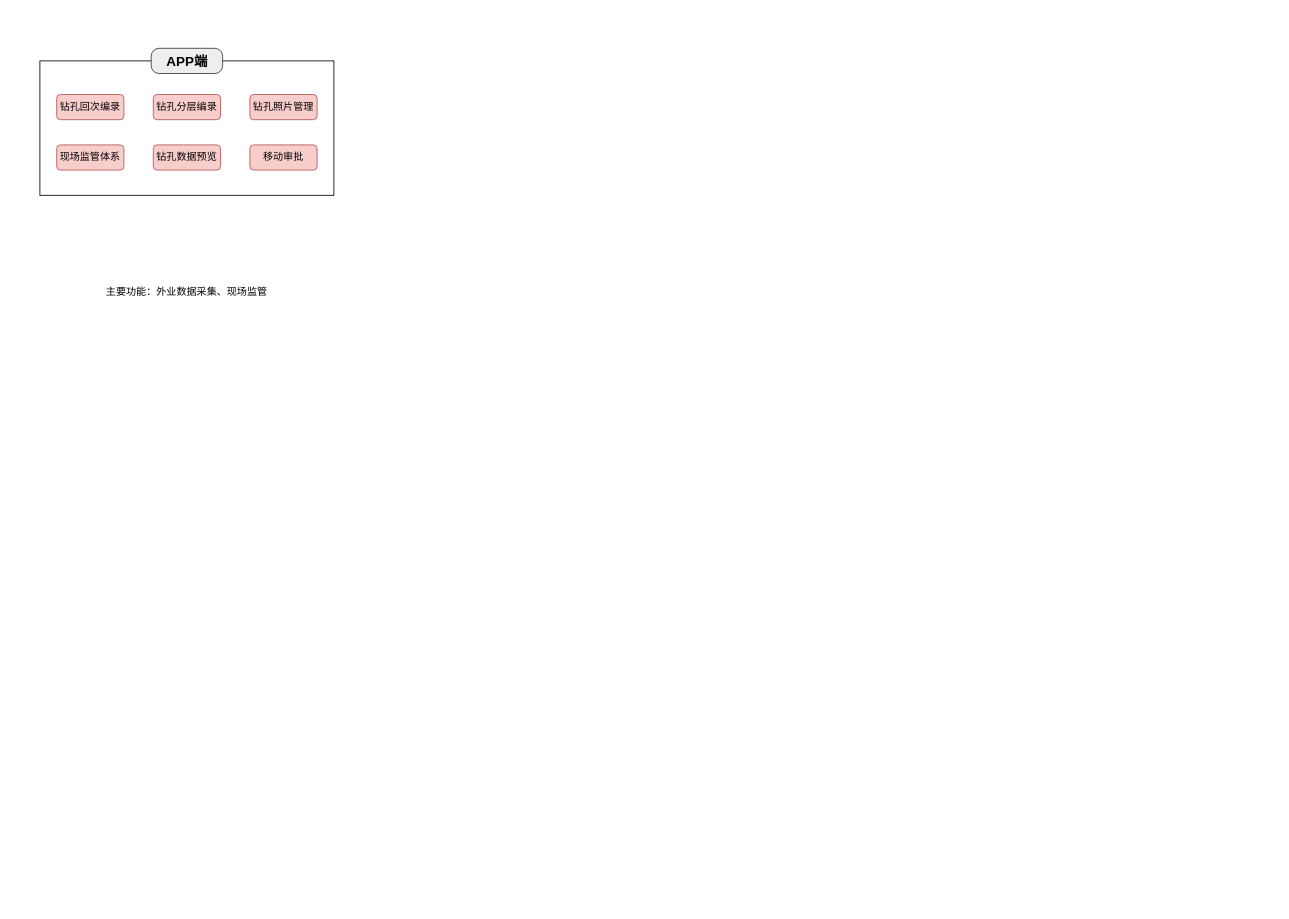
Before: 勘察课题技术路线.drawio in JiaYF1/my_draw_io, a draw.io diagram. Source tidied: cells renumbered, new cells numbered last; positions are measured from the earlier drawing's top-left corner, leaving out a move shared by most shapes. Both pictures are drawn from the tidied source at 84%, with x=0, y=0 at pixel (39, 48).
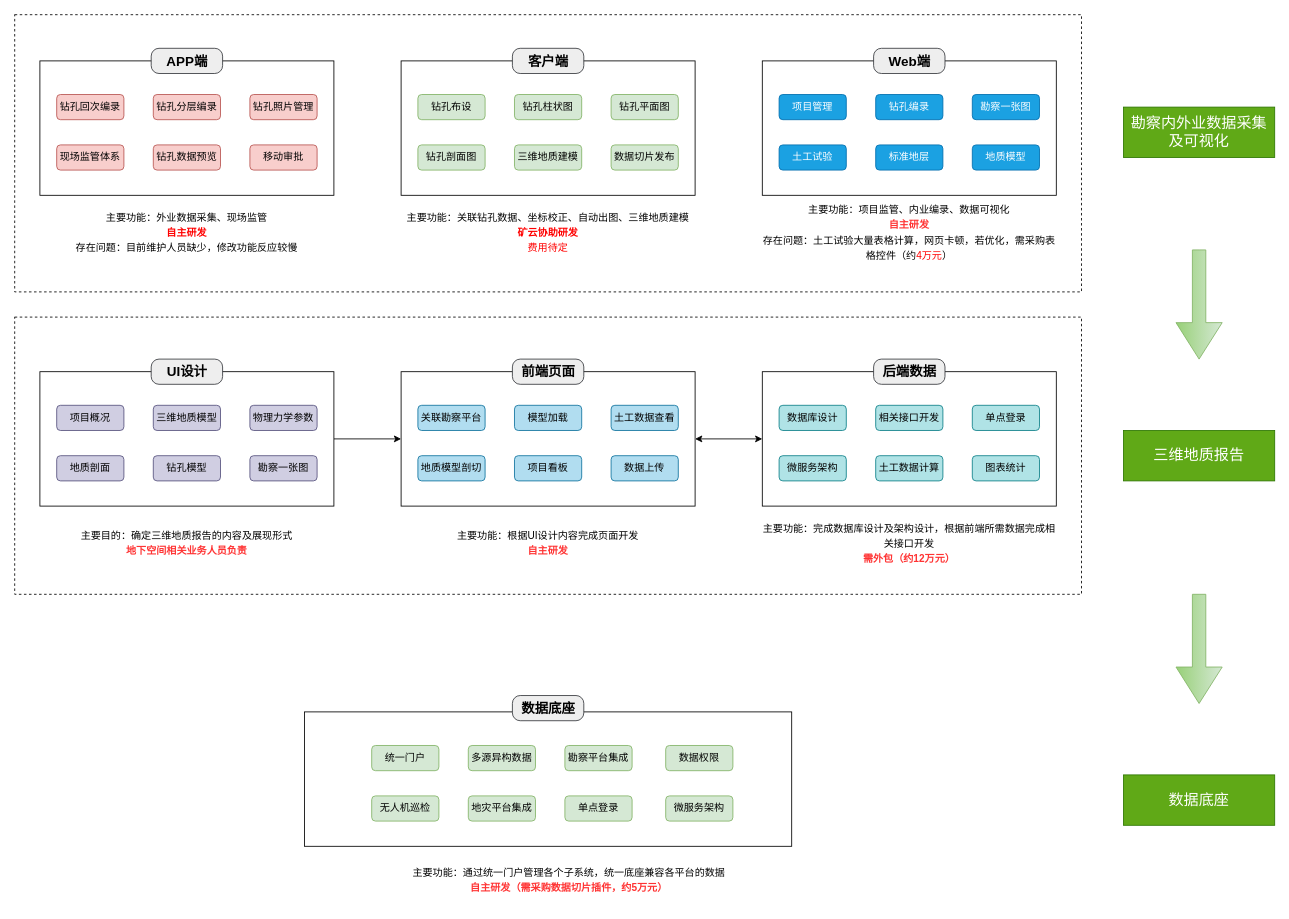
The same page after the edit.

Commit message:
更新勘察课题技术路线.drawio

Diff of the diagram source:
```diff
@@
+    <mxCell id="11" style="rounded=0;whiteSpace=wrap;html=1;fillColor=none;dashed=1;" parent="1" vertex="1">
+      <mxGeometry x="-30" y="320" width="1270" height="330" as="geometry" />
+    </mxCell>
+    <mxCell id="12" style="rounded=0;whiteSpace=wrap;html=1;fillColor=none;dashed=1;" parent="1" vertex="1">
+      <mxGeometry x="-30" y="-40" width="1270" height="330" as="geometry" />
+    </mxCell>
@@
-    <mxCell id="10" value="主要功能：外业数据采集、现场监管" style="text;html=1;whiteSpace=wrap;strokeColor=none;fillColor=none;align=center;verticalAlign=middle;rounded=0;" parent="1" vertex="1">
-      <mxGeometry y="205" width="350" height="170" as="geometry" />
+    <mxCell id="10" value="&lt;div style=&quot;line-height: 150%;&quot;&gt;主要功能：外业数据采集、现场监管&lt;div&gt;&lt;font style=&quot;color: rgb(255, 0, 0);&quot;&gt;&lt;b&gt;自主研发&lt;/b&gt;&lt;/font&gt;&lt;/div&gt;&lt;div&gt;&lt;font style=&quot;color: rgb(0, 0, 0);&quot;&gt;存在问题：目前维护人员缺少，修改功能反应较慢&lt;/font&gt;&lt;/div&gt;&lt;/div&gt;" style="text;html=1;whiteSpace=wrap;strokeColor=none;fillColor=none;align=center;verticalAlign=middle;rounded=0;" parent="1" vertex="1">
+      <mxGeometry y="189" width="350" height="60" as="geometry" />
     </mxCell>
+    <mxCell id="13" style="rounded=0;whiteSpace=wrap;html=1;" parent="1" vertex="1">
+      <mxGeometry x="430" y="15" width="350" height="160" as="geometry" />
+    </mxCell>
+    <mxCell id="14" value="&lt;font style=&quot;font-size: 16px;&quot;&gt;客户端&lt;/font&gt;" style="rounded=1;whiteSpace=wrap;html=1;fontStyle=1;fillColor=#eeeeee;strokeColor=#36393d;arcSize=31;" parent="1" vertex="1">
+      <mxGeometry x="562.5" width="85" height="30" as="geometry" />
+    </mxCell>
+    <mxCell id="15" value="钻孔布设" style="rounded=1;whiteSpace=wrap;html=1;fillColor=#d5e8d4;strokeColor=#82b366;" parent="1" vertex="1">
+      <mxGeometry x="450" y="55" width="80" height="30" as="geometry" />
+    </mxCell>
+    <mxCell id="16" value="钻孔柱状图" style="rounded=1;whiteSpace=wrap;html=1;fillColor=#d5e8d4;strokeColor=#82b366;" parent="1" vertex="1">
+      <mxGeometry x="565" y="55" width="80" height="30" as="geometry" />
+    </mxCell>
+    <mxCell id="17" value="钻孔平面图" style="rounded=1;whiteSpace=wrap;html=1;fillColor=#d5e8d4;strokeColor=#82b366;" parent="1" vertex="1">
+      <mxGeometry x="680" y="55" width="80" height="30" as="geometry" />
+    </mxCell>
+    <mxCell id="18" value="钻孔剖面图" style="rounded=1;whiteSpace=wrap;html=1;fillColor=#d5e8d4;strokeColor=#82b366;" parent="1" vertex="1">
+      <mxGeometry x="450" y="115" width="80" height="30" as="geometry" />
+    </mxCell>
+    <mxCell id="19" value="三维地质建模" style="rounded=1;whiteSpace=wrap;html=1;fillColor=#d5e8d4;strokeColor=#82b366;" parent="1" vertex="1">
+      <mxGeometry x="565" y="115" width="80" height="30" as="geometry" />
+    </mxCell>
+    <mxCell id="20" value="数据切片发布" style="rounded=1;whiteSpace=wrap;html=1;fillColor=#d5e8d4;strokeColor=#82b366;" parent="1" vertex="1">
+      <mxGeometry x="680" y="115" width="80" height="30" as="geometry" />
+    </mxCell>
+    <mxCell id="21" value="&lt;div style=&quot;line-height: 150%;&quot;&gt;主要功能：关联钻孔数据、坐标校正、自动出图、三维地质建模&lt;div&gt;&lt;b style=&quot;color: light-dark(rgb(255, 0, 0), rgb(255, 144, 144)); background-color: transparent;&quot;&gt;矿云协助研发&lt;/b&gt;&lt;/div&gt;&lt;div&gt;&lt;span style=&quot;color: light-dark(rgb(255, 0, 0), rgb(255, 144, 144)); background-color: transparent;&quot;&gt;费用待定&lt;/span&gt;&lt;/div&gt;&lt;/div&gt;" style="text;html=1;whiteSpace=wrap;strokeColor=none;fillColor=none;align=center;verticalAlign=middle;rounded=0;" parent="1" vertex="1">
+      <mxGeometry x="430" y="189" width="350" height="60" as="geometry" />
+    </mxCell>
+    <mxCell id="22" style="rounded=0;whiteSpace=wrap;html=1;" parent="1" vertex="1">
+      <mxGeometry x="860" y="15" width="350" height="160" as="geometry" />
+    </mxCell>
+    <mxCell id="23" value="&lt;font style=&quot;font-size: 16px;&quot;&gt;Web端&lt;/font&gt;" style="rounded=1;whiteSpace=wrap;html=1;fontStyle=1;fillColor=#eeeeee;strokeColor=#36393d;arcSize=31;" parent="1" vertex="1">
+      <mxGeometry x="992.5" width="85" height="30" as="geometry" />
+    </mxCell>
+    <mxCell id="24" value="项目管理" style="rounded=1;whiteSpace=wrap;html=1;fillColor=#1ba1e2;strokeColor=#006EAF;fontColor=#ffffff;" parent="1" vertex="1">
+      <mxGeometry x="880" y="55" width="80" height="30" as="geometry" />
+    </mxCell>
+    <mxCell id="25" value="钻孔编录" style="rounded=1;whiteSpace=wrap;html=1;fillColor=#1ba1e2;strokeColor=#006EAF;fontColor=#ffffff;" parent="1" vertex="1">
+      <mxGeometry x="995" y="55" width="80" height="30" as="geometry" />
+    </mxCell>
+    <mxCell id="26" value="勘察一张图" style="rounded=1;whiteSpace=wrap;html=1;fillColor=#1ba1e2;strokeColor=#006EAF;fontColor=#ffffff;" parent="1" vertex="1">
+      <mxGeometry x="1110" y="55" width="80" height="30" as="geometry" />
+    </mxCell>
+    <mxCell id="27" value="土工试验" style="rounded=1;whiteSpace=wrap;html=1;fillColor=#1ba1e2;strokeColor=#006EAF;fontColor=#ffffff;" parent="1" vertex="1">
+      <mxGeometry x="880" y="115" width="80" height="30" as="geometry" />
+    </mxCell>
+    <mxCell id="28" value="标准地层" style="rounded=1;whiteSpace=wrap;html=1;fillColor=#1ba1e2;strokeColor=#006EAF;fontColor=#ffffff;" parent="1" vertex="1">
+      <mxGeometry x="995" y="115" width="80" height="30" as="geometry" />
+    </mxCell>
+    <mxCell id="29" value="地质模型" style="rounded=1;whiteSpace=wrap;html=1;fillColor=#1ba1e2;strokeColor=#006EAF;fontColor=#ffffff;" parent="1" vertex="1">
+      <mxGeometry x="1110" y="115" width="80" height="30" as="geometry" />
+    </mxCell>
+    <mxCell id="30" value="&lt;div style=&quot;line-height: 150%;&quot;&gt;主要功能：项目监管、内业编录、数据可视化&lt;div&gt;&lt;span style=&quot;color: light-dark(rgb(255, 51, 51), rgb(255, 119, 119)); background-color: transparent;&quot;&gt;&lt;b&gt;自主研发&lt;/b&gt;&lt;/span&gt;&lt;/div&gt;&lt;div&gt;&lt;span style=&quot;background-color: transparent;&quot;&gt;&lt;font style=&quot;color: light-dark(rgb(0, 0, 0), rgb(255, 119, 119));&quot;&gt;存在问题：土工试验大量表格计算，网页卡顿，若优化，需采购表格控件（约&lt;/font&gt;&lt;font style=&quot;color: light-dark(rgb(255, 0, 0), rgb(255, 119, 119));&quot;&gt;4万元&lt;/font&gt;&lt;font style=&quot;color: light-dark(rgb(0, 0, 0), rgb(255, 119, 119));&quot;&gt;）&lt;/font&gt;&lt;/span&gt;&lt;/div&gt;&lt;/div&gt;" style="text;html=1;whiteSpace=wrap;strokeColor=none;fillColor=none;align=center;verticalAlign=middle;rounded=0;" parent="1" vertex="1">
+      <mxGeometry x="860" y="189" width="350" height="60" as="geometry" />
+    </mxCell>
+    <mxCell id="31" value="&lt;font style=&quot;font-size: 18px;&quot;&gt;勘察内外业数据采集及可视化&lt;/font&gt;" style="rounded=0;whiteSpace=wrap;html=1;fillColor=#60a917;strokeColor=#2D7600;fontColor=#ffffff;" parent="1" vertex="1">
+      <mxGeometry x="1290" y="70" width="180" height="60" as="geometry" />
+    </mxCell>
+    <mxCell id="32" style="edgeStyle=orthogonalEdgeStyle;rounded=0;jettySize=auto;html=1;exitX=1;exitY=0.5;exitDx=0;exitDy=0;entryX=0;entryY=0.5;entryDx=0;entryDy=0;" parent="1" edge="1" source="33" target="43">
+      <mxGeometry relative="1" as="geometry" />
+    </mxCell>
+    <mxCell id="33" style="rounded=0;whiteSpace=wrap;html=1;" parent="1" vertex="1">
+      <mxGeometry y="385" width="350" height="160" as="geometry" />
+    </mxCell>
+    <mxCell id="34" value="&lt;font style=&quot;font-size: 16px;&quot;&gt;UI设计&lt;/font&gt;" style="rounded=1;whiteSpace=wrap;html=1;fontStyle=1;fillColor=#eeeeee;strokeColor=#36393d;arcSize=31;" parent="1" vertex="1">
+      <mxGeometry x="132.5" y="370" width="85" height="30" as="geometry" />
+    </mxCell>
+    <mxCell id="35" value="项目概况" style="rounded=1;whiteSpace=wrap;html=1;fillColor=#d0cee2;strokeColor=#56517e;" parent="1" vertex="1">
+      <mxGeometry x="20" y="425" width="80" height="30" as="geometry" />
+    </mxCell>
+    <mxCell id="36" value="三维地质模型" style="rounded=1;whiteSpace=wrap;html=1;fillColor=#d0cee2;strokeColor=#56517e;" parent="1" vertex="1">
+      <mxGeometry x="135" y="425" width="80" height="30" as="geometry" />
+    </mxCell>
+    <mxCell id="37" value="物理力学参数" style="rounded=1;whiteSpace=wrap;html=1;fillColor=#d0cee2;strokeColor=#56517e;" parent="1" vertex="1">
+      <mxGeometry x="250" y="425" width="80" height="30" as="geometry" />
+    </mxCell>
+    <mxCell id="38" value="地质剖面" style="rounded=1;whiteSpace=wrap;html=1;fillColor=#d0cee2;strokeColor=#56517e;" parent="1" vertex="1">
+      <mxGeometry x="20" y="485" width="80" height="30" as="geometry" />
+    </mxCell>
+    <mxCell id="39" value="钻孔模型" style="rounded=1;whiteSpace=wrap;html=1;fillColor=#d0cee2;strokeColor=#56517e;" parent="1" vertex="1">
+      <mxGeometry x="135" y="485" width="80" height="30" as="geometry" />
+    </mxCell>
+    <mxCell id="40" value="勘察一张图" style="rounded=1;whiteSpace=wrap;html=1;fillColor=#d0cee2;strokeColor=#56517e;" parent="1" vertex="1">
+      <mxGeometry x="250" y="485" width="80" height="30" as="geometry" />
+    </mxCell>
+    <mxCell id="41" value="&lt;div style=&quot;line-height: 150%;&quot;&gt;主要目的：确定三维地质报告的内容及展现形式&lt;div&gt;&lt;span style=&quot;color: light-dark(rgb(255, 51, 51), rgb(255, 119, 119)); background-color: transparent;&quot;&gt;&lt;b&gt;地下空间相关业务人员负责&lt;/b&gt;&lt;/span&gt;&lt;/div&gt;&lt;/div&gt;" style="text;html=1;whiteSpace=wrap;strokeColor=none;fillColor=none;align=center;verticalAlign=middle;rounded=0;" parent="1" vertex="1">
+      <mxGeometry y="559" width="350" height="60" as="geometry" />
+    </mxCell>
+    <mxCell id="42" style="edgeStyle=orthogonalEdgeStyle;rounded=0;jettySize=auto;html=1;exitX=1;exitY=0.5;exitDx=0;exitDy=0;entryX=0;entryY=0.5;entryDx=0;entryDy=0;startArrow=classic;startFill=1;" parent="1" edge="1" source="43" target="52">
+      <mxGeometry relative="1" as="geometry" />
+    </mxCell>
+    <mxCell id="43" style="rounded=0;whiteSpace=wrap;html=1;" parent="1" vertex="1">
+      <mxGeometry x="430" y="385" width="350" height="160" as="geometry" />
+    </mxCell>
+    <mxCell id="44" value="&lt;font style=&quot;font-size: 16px;&quot;&gt;前端页面&lt;/font&gt;" style="rounded=1;whiteSpace=wrap;html=1;fontStyle=1;fillColor=#eeeeee;strokeColor=#36393d;arcSize=31;" parent="1" vertex="1">
+      <mxGeometry x="562.5" y="370" width="85" height="30" as="geometry" />
+    </mxCell>
+    <mxCell id="45" value="关联勘察平台" style="rounded=1;whiteSpace=wrap;html=1;fillColor=#b1ddf0;strokeColor=#10739e;" parent="1" vertex="1">
+      <mxGeometry x="450" y="425" width="80" height="30" as="geometry" />
+    </mxCell>
+    <mxCell id="46" value="模型加载" style="rounded=1;whiteSpace=wrap;html=1;fillColor=#b1ddf0;strokeColor=#10739e;" parent="1" vertex="1">
+      <mxGeometry x="565" y="425" width="80" height="30" as="geometry" />
+    </mxCell>
+    <mxCell id="47" value="土工数据查看" style="rounded=1;whiteSpace=wrap;html=1;fillColor=#b1ddf0;strokeColor=#10739e;" parent="1" vertex="1">
+      <mxGeometry x="680" y="425" width="80" height="30" as="geometry" />
+    </mxCell>
+    <mxCell id="48" value="地质模型剖切" style="rounded=1;whiteSpace=wrap;html=1;fillColor=#b1ddf0;strokeColor=#10739e;" parent="1" vertex="1">
+      <mxGeometry x="450" y="485" width="80" height="30" as="geometry" />
+    </mxCell>
+    <mxCell id="49" value="项目看板" style="rounded=1;whiteSpace=wrap;html=1;fillColor=#b1ddf0;strokeColor=#10739e;" parent="1" vertex="1">
+      <mxGeometry x="565" y="485" width="80" height="30" as="geometry" />
+    </mxCell>
+    <mxCell id="50" value="数据上传" style="rounded=1;whiteSpace=wrap;html=1;fillColor=#b1ddf0;strokeColor=#10739e;" parent="1" vertex="1">
+      <mxGeometry x="680" y="485" width="80" height="30" as="geometry" />
+    </mxCell>
+    <mxCell id="51" value="&lt;div style=&quot;line-height: 150%;&quot;&gt;主要功能：根据UI设计内容完成页面开发&lt;div&gt;&lt;span style=&quot;color: light-dark(rgb(255, 51, 51), rgb(255, 119, 119)); background-color: transparent;&quot;&gt;&lt;b&gt;自主研发&lt;/b&gt;&lt;/span&gt;&lt;/div&gt;&lt;/div&gt;" style="text;html=1;whiteSpace=wrap;strokeColor=none;fillColor=none;align=center;verticalAlign=middle;rounded=0;" parent="1" vertex="1">
+      <mxGeometry x="430" y="559" width="350" height="60" as="geometry" />
+    </mxCell>
+    <mxCell id="52" style="rounded=0;whiteSpace=wrap;html=1;" parent="1" vertex="1">
+      <mxGeometry x="860" y="385" width="350" height="160" as="geometry" />
+    </mxCell>
+    <mxCell id="53" value="&lt;font style=&quot;font-size: 16px;&quot;&gt;后端数据&lt;/font&gt;" style="rounded=1;whiteSpace=wrap;html=1;fontStyle=1;fillColor=#eeeeee;strokeColor=#36393d;arcSize=31;" parent="1" vertex="1">
+      <mxGeometry x="992.5" y="370" width="85" height="30" as="geometry" />
+    </mxCell>
+    <mxCell id="54" value="数据库设计" style="rounded=1;whiteSpace=wrap;html=1;fillColor=#b0e3e6;strokeColor=#0e8088;" parent="1" vertex="1">
+      <mxGeometry x="880" y="425" width="80" height="30" as="geometry" />
+    </mxCell>
+    <mxCell id="55" value="相关接口开发" style="rounded=1;whiteSpace=wrap;html=1;fillColor=#b0e3e6;strokeColor=#0e8088;" parent="1" vertex="1">
+      <mxGeometry x="995" y="425" width="80" height="30" as="geometry" />
+    </mxCell>
+    <mxCell id="56" value="单点登录" style="rounded=1;whiteSpace=wrap;html=1;fillColor=#b0e3e6;strokeColor=#0e8088;" parent="1" vertex="1">
+      <mxGeometry x="1110" y="425" width="80" height="30" as="geometry" />
+    </mxCell>
+    <mxCell id="57" value="微服务架构" style="rounded=1;whiteSpace=wrap;html=1;fillColor=#b0e3e6;strokeColor=#0e8088;" parent="1" vertex="1">
+      <mxGeometry x="880" y="485" width="80" height="30" as="geometry" />
+    </mxCell>
+    <mxCell id="58" value="土工数据计算" style="rounded=1;whiteSpace=wrap;html=1;fillColor=#b0e3e6;strokeColor=#0e8088;" parent="1" vertex="1">
+      <mxGeometry x="995" y="485" width="80" height="30" as="geometry" />
+    </mxCell>
+    <mxCell id="59" value="图表统计" style="rounded=1;whiteSpace=wrap;html=1;fillColor=#b0e3e6;strokeColor=#0e8088;" parent="1" vertex="1">
+      <mxGeometry x="1110" y="485" width="80" height="30" as="geometry" />
+    </mxCell>
+    <mxCell id="60" value="&lt;div style=&quot;line-height: 150%;&quot;&gt;主要功能：完成数据库设计及架构设计，根据前端所需数据完成相关接口开发&lt;div&gt;&lt;font color=&quot;#ff3333&quot;&gt;&lt;b&gt;需外包（约12万元）&lt;/b&gt;&lt;/font&gt;&lt;/div&gt;&lt;/div&gt;" style="text;html=1;whiteSpace=wrap;strokeColor=none;fillColor=none;align=center;verticalAlign=middle;rounded=0;" parent="1" vertex="1">
+      <mxGeometry x="860" y="559" width="350" height="60" as="geometry" />
+    </mxCell>
+    <mxCell id="61" value="&lt;font style=&quot;font-size: 18px;&quot;&gt;三维地质报告&lt;/font&gt;" style="rounded=0;whiteSpace=wrap;html=1;fillColor=#60a917;strokeColor=#2D7600;fontColor=#ffffff;" parent="1" vertex="1">
+      <mxGeometry x="1290" y="455" width="180" height="60" as="geometry" />
+    </mxCell>
+    <mxCell id="62" style="html=1;shadow=0;dashed=0;align=center;verticalAlign=middle;shape=mxgraph.arrows2.arrow;dy=0.71;dx=43.41;direction=south;notch=0;fillColor=#d5e8d4;strokeColor=#82b366;gradientColor=#97d077;" parent="1" vertex="1">
+      <mxGeometry x="1352.5" y="240" width="55" height="130" as="geometry" />
+    </mxCell>
+    <mxCell id="63" value="&lt;font style=&quot;font-size: 18px;&quot;&gt;数据底座&lt;/font&gt;" style="rounded=0;whiteSpace=wrap;html=1;fillColor=#60a917;strokeColor=#2D7600;fontColor=#ffffff;" parent="1" vertex="1">
+      <mxGeometry x="1290" y="865" width="180" height="60" as="geometry" />
+    </mxCell>
+    <mxCell id="64" style="html=1;shadow=0;dashed=0;align=center;verticalAlign=middle;shape=mxgraph.arrows2.arrow;dy=0.71;dx=43.41;direction=south;notch=0;fillColor=#d5e8d4;strokeColor=#82b366;gradientColor=#97d077;" parent="1" vertex="1">
+      <mxGeometry x="1352.5" y="650" width="55" height="130" as="geometry" />
+    </mxCell>
+    <mxCell id="65" style="rounded=0;whiteSpace=wrap;html=1;" parent="1" vertex="1">
+      <mxGeometry x="315" y="790" width="580" height="160" as="geometry" />
+    </mxCell>
+    <mxCell id="66" value="&lt;font style=&quot;font-size: 16px;&quot;&gt;数据底座&lt;/font&gt;" style="rounded=1;whiteSpace=wrap;html=1;fontStyle=1;fillColor=#eeeeee;strokeColor=#36393d;arcSize=31;" parent="1" vertex="1">
+      <mxGeometry x="562.5" y="770.5" width="85" height="30" as="geometry" />
+    </mxCell>
+    <mxCell id="67" value="统一门户" style="rounded=1;whiteSpace=wrap;html=1;fillColor=#d5e8d4;strokeColor=#82b366;" parent="1" vertex="1">
+      <mxGeometry x="395" y="830" width="80" height="30" as="geometry" />
+    </mxCell>
+    <mxCell id="68" value="多源异构数据" style="rounded=1;whiteSpace=wrap;html=1;fillColor=#d5e8d4;strokeColor=#82b366;" parent="1" vertex="1">
+      <mxGeometry x="510" y="830" width="80" height="30" as="geometry" />
+    </mxCell>
+    <mxCell id="69" value="勘察平台集成" style="rounded=1;whiteSpace=wrap;html=1;fillColor=#d5e8d4;strokeColor=#82b366;" parent="1" vertex="1">
+      <mxGeometry x="625" y="830" width="80" height="30" as="geometry" />
+    </mxCell>
+    <mxCell id="70" value="无人机巡检" style="rounded=1;whiteSpace=wrap;html=1;fillColor=#d5e8d4;strokeColor=#82b366;" parent="1" vertex="1">
+      <mxGeometry x="395" y="890" width="80" height="30" as="geometry" />
+    </mxCell>
+    <mxCell id="71" value="地灾平台集成" style="rounded=1;whiteSpace=wrap;html=1;fillColor=#d5e8d4;strokeColor=#82b366;" parent="1" vertex="1">
+      <mxGeometry x="510" y="890" width="80" height="30" as="geometry" />
+    </mxCell>
+    <mxCell id="72" value="单点登录" style="rounded=1;whiteSpace=wrap;html=1;fillColor=#d5e8d4;strokeColor=#82b366;" parent="1" vertex="1">
+      <mxGeometry x="625" y="890" width="80" height="30" as="geometry" />
+    </mxCell>
+    <mxCell id="73" value="&lt;div style=&quot;line-height: 150%;&quot;&gt;主要功能：通过统一门户管理各个子系统，统一底座兼容各平台的数据&lt;div&gt;&lt;span style=&quot;color: light-dark(rgb(255, 51, 51), rgb(255, 119, 119)); background-color: transparent;&quot;&gt;&lt;b&gt;自主研发（需采购数据切片插件，约5万元）&lt;/b&gt;&lt;/span&gt;&lt;/div&gt;&lt;/div&gt;" style="text;html=1;whiteSpace=wrap;strokeColor=none;fillColor=none;align=center;verticalAlign=middle;rounded=0;" parent="1" vertex="1">
+      <mxGeometry x="430" y="959.5" width="400" height="60" as="geometry" />
+    </mxCell>
+    <mxCell id="74" value="数据权限" style="rounded=1;whiteSpace=wrap;html=1;fillColor=#d5e8d4;strokeColor=#82b366;" parent="1" vertex="1">
+      <mxGeometry x="745" y="830" width="80" height="30" as="geometry" />
+    </mxCell>
+    <mxCell id="75" value="微服务架构" style="rounded=1;whiteSpace=wrap;html=1;fillColor=#d5e8d4;strokeColor=#82b366;" parent="1" vertex="1">
+      <mxGeometry x="745" y="890" width="80" height="30" as="geometry" />
+    </mxCell>
```
